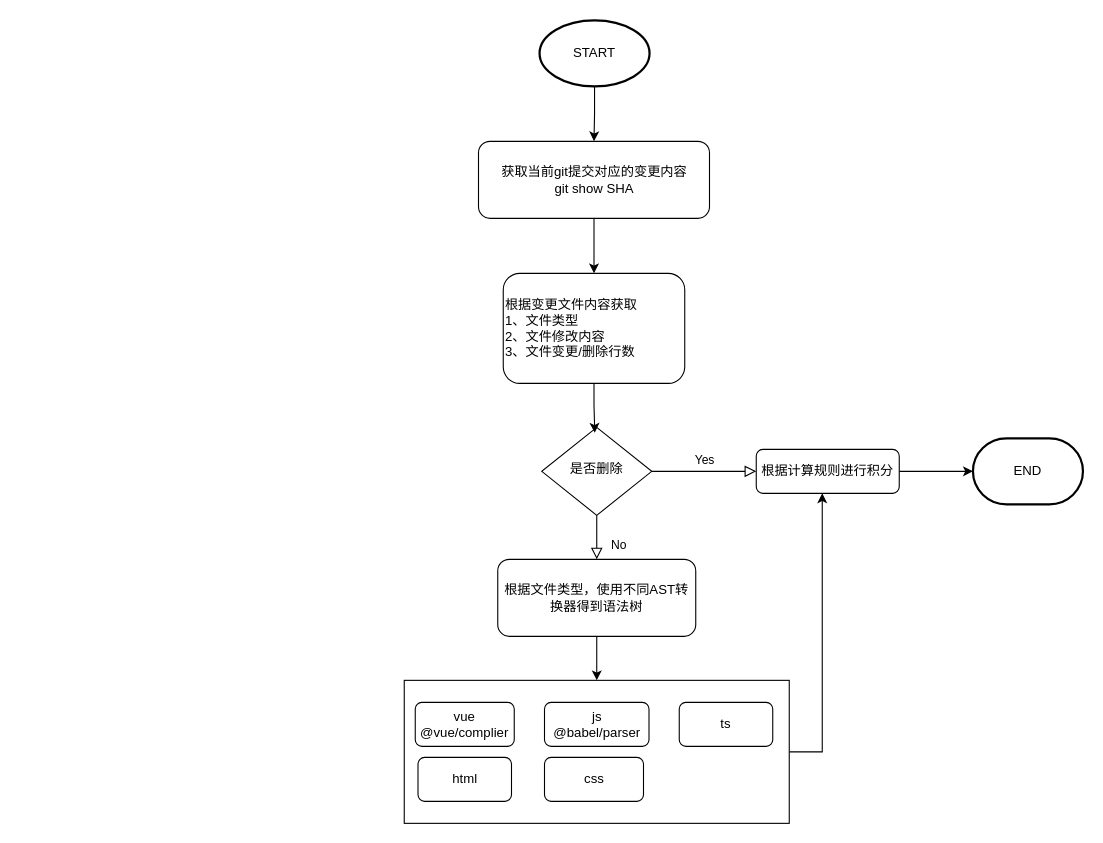
The draw.io diagram 前端代码当量流程图.drawio in Dinosly/fe-interview, before the edit. Source tidied: cells renumbered, new cells numbered last; positions are measured from the earlier drawing's top-left corner, leaving out a move shared by most shapes. Both pictures are drawn from the tidied source at 110%, with x=0, y=0 at pixel (404, 20).
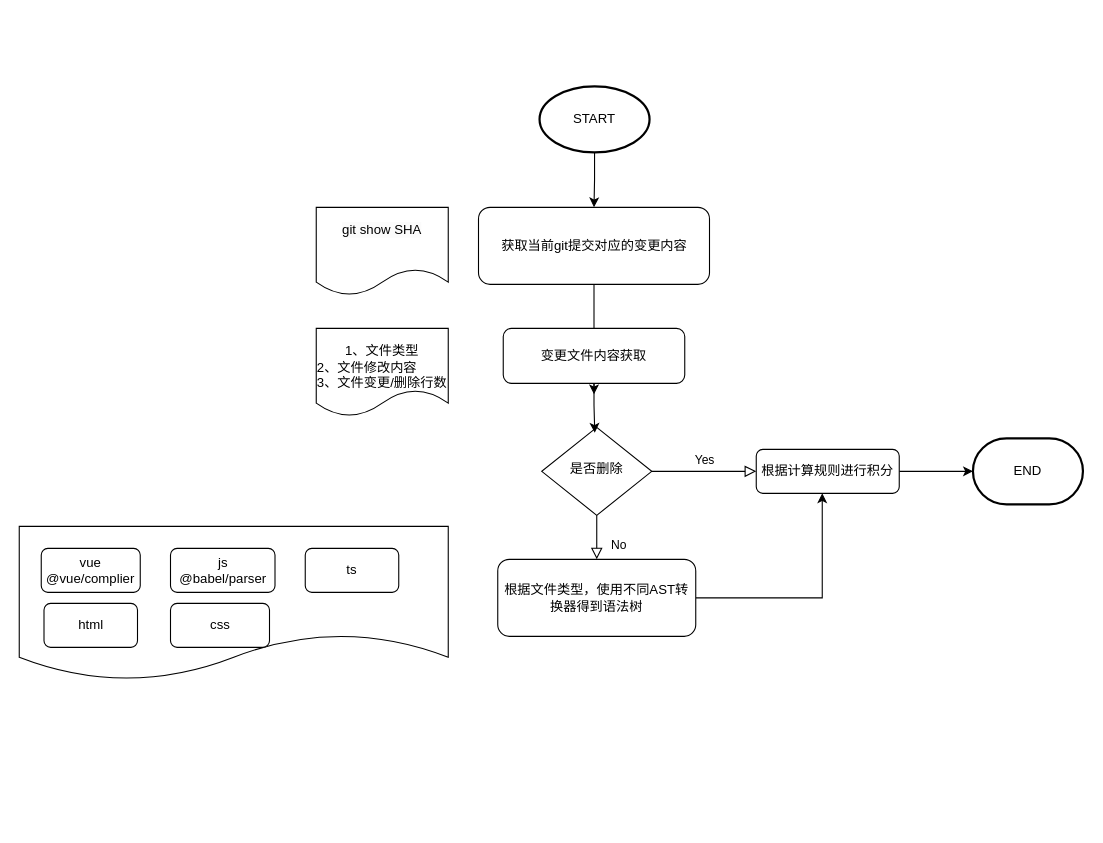
The same diagram, later.

Commit message (it also covers changes not shown here):
更新前端代码当量流程图.drawio

The change refers to these unchanged cells:
```xml
<mxCell id="10" value="根据文件类型，使用不同AST转换器得到语法树" style="rounded=1;whiteSpace=wrap;html=1;fontSize=12;glass=0;strokeWidth=1;shadow=0;" parent="1" vertex="1">
  <mxGeometry x="85" y="490" width="180" height="70" as="geometry" />
</mxCell>
<mxCell id="12" value="根据计算规则进行积分" style="rounded=1;whiteSpace=wrap;html=1;fontSize=12;glass=0;strokeWidth=1;shadow=0;flipH=0;" parent="1" vertex="1">
  <mxGeometry x="320" y="390" width="130" height="40" as="geometry" />
</mxCell>
```

Change to the diagram source:
```diff
@@
+    <mxCell id="23" style="shape=document;whiteSpace=wrap;html=1;boundedLbl=1;" parent="1" vertex="1">
+      <mxGeometry x="-350" y="460" width="390" height="140" as="geometry" />
+    </mxCell>
-    <mxCell id="2" style="edgeStyle=orthogonalEdgeStyle;rounded=0;jettySize=auto;html=1;" parent="1" edge="1" source="3" target="12">
+    <mxCell id="2" style="edgeStyle=orthogonalEdgeStyle;rounded=0;jettySize=auto;html=1;exitX=1;exitY=0.5;exitDx=0;exitDy=0;" parent="1" edge="1" source="10" target="12">
       <mxGeometry relative="1" as="geometry">
         <Array as="points">
-          <mxPoint x="380" y="665" />
+          <mxPoint x="380" y="525" />
         </Array>
       </mxGeometry>
     </mxCell>
-    <mxCell id="3" style="rounded=0;whiteSpace=wrap;html=1;" parent="1" vertex="1">
-      <mxGeometry y="600" width="350" height="130" as="geometry" />
-    </mxCell>
-    <mxCell id="4" style="edgeStyle=orthogonalEdgeStyle;rounded=0;jettySize=auto;html=1;entryX=0.5;entryY=0;entryDx=0;entryDy=0;" parent="1" edge="1" source="5" target="13">
-      <mxGeometry relative="1" as="geometry" />
+    <mxCell id="4" style="edgeStyle=orthogonalEdgeStyle;rounded=0;jettySize=auto;html=1;entryX=0.5;entryY=0;entryDx=0;entryDy=0;" parent="1" edge="1" source="5">
+      <mxGeometry relative="1" as="geometry">
+        <mxPoint x="172.5" y="340" as="targetPoint" />
+      </mxGeometry>
     </mxCell>
-    <mxCell id="5" value="获取当前git提交对应的变更内容&lt;div&gt;git show SHA&lt;/div&gt;" style="rounded=1;whiteSpace=wrap;html=1;fontSize=12;glass=0;strokeWidth=1;shadow=0;" parent="1" vertex="1">
-      <mxGeometry x="67.5" y="110" width="210" height="70" as="geometry" />
+    <mxCell id="5" value="获取当前git提交对应的变更内容" style="rounded=1;whiteSpace=wrap;html=1;fontSize=12;glass=0;strokeWidth=1;shadow=0;" parent="1" vertex="1">
+      <mxGeometry x="67.5" y="170" width="210" height="70" as="geometry" />
     </mxCell>
@@
-    <mxCell id="9" style="edgeStyle=orthogonalEdgeStyle;rounded=0;jettySize=auto;html=1;entryX=0.5;entryY=0;entryDx=0;entryDy=0;" parent="1" edge="1" source="10" target="3">
-      <mxGeometry relative="1" as="geometry" />
-    </mxCell>
@@
-    <mxCell id="13" value="根据变更文件内容获取&lt;div&gt;1、文件类型&lt;div&gt;2、文件修改内容&lt;/div&gt;&lt;div&gt;3、文件变更/删除行数&lt;/div&gt;&lt;/div&gt;" style="rounded=1;whiteSpace=wrap;html=1;align=left;flipV=0;flipH=1;" parent="1" vertex="1">
-      <mxGeometry x="90" y="230" width="165" height="100" as="geometry" />
+    <mxCell id="13" value="变更文件内容获取" style="rounded=1;whiteSpace=wrap;html=1;align=center;flipV=0;flipH=1;" parent="1" vertex="1">
+      <mxGeometry x="90" y="280" width="165" height="50" as="geometry" />
     </mxCell>
@@
     <mxCell id="15" value="js&lt;div&gt;@babel/parser&lt;/div&gt;" style="rounded=1;whiteSpace=wrap;html=1;" parent="1" vertex="1">
-      <mxGeometry x="127.5" y="620" width="95" height="40" as="geometry" />
+      <mxGeometry x="-212.5" y="480" width="95" height="40" as="geometry" />
     </mxCell>
     <mxCell id="16" value="vue&lt;div&gt;@vue/complier&lt;/div&gt;" style="rounded=1;whiteSpace=wrap;html=1;" parent="1" vertex="1">
-      <mxGeometry x="10" y="620" width="90" height="40" as="geometry" />
+      <mxGeometry x="-330" y="480" width="90" height="40" as="geometry" />
     </mxCell>
     <mxCell id="17" value="ts" style="rounded=1;whiteSpace=wrap;html=1;" parent="1" vertex="1">
-      <mxGeometry x="250" y="620" width="85" height="40" as="geometry" />
+      <mxGeometry x="-90" y="480" width="85" height="40" as="geometry" />
     </mxCell>
     <mxCell id="18" value="html" style="rounded=1;whiteSpace=wrap;html=1;" parent="1" vertex="1">
-      <mxGeometry x="12.5" y="670" width="85" height="40" as="geometry" />
+      <mxGeometry x="-327.5" y="530" width="85" height="40" as="geometry" />
     </mxCell>
     <mxCell id="19" value="css" style="rounded=1;whiteSpace=wrap;html=1;" parent="1" vertex="1">
-      <mxGeometry x="127.5" y="670" width="90" height="40" as="geometry" />
+      <mxGeometry x="-212.5" y="530" width="90" height="40" as="geometry" />
     </mxCell>
@@
     <mxCell id="21" value="START" style="strokeWidth=2;html=1;shape=mxgraph.flowchart.start_1;whiteSpace=wrap;" parent="1" vertex="1">
-      <mxGeometry x="123" width="100" height="60" as="geometry" />
+      <mxGeometry x="123" y="60" width="100" height="60" as="geometry" />
     </mxCell>
@@
+    <mxCell id="24" value="&#10;&lt;span style=&quot;color: rgb(0, 0, 0); font-family: Helvetica; font-size: 12px; font-style: normal; font-variant-ligatures: normal; font-variant-caps: normal; font-weight: 400; letter-spacing: normal; orphans: 2; text-align: center; text-indent: 0px; text-transform: none; widows: 2; word-spacing: 0px; -webkit-text-stroke-width: 0px; white-space: normal; background-color: rgb(251, 251, 251); text-decoration-thickness: initial; text-decoration-style: initial; text-decoration-color: initial; display: inline !important; float: none;&quot;&gt;git show SHA&lt;/span&gt;&#10;&#10;" style="shape=document;whiteSpace=wrap;html=1;boundedLbl=1;" parent="1" vertex="1">
+      <mxGeometry x="-80" y="170" width="120" height="80" as="geometry" />
+    </mxCell>
+    <mxCell id="25" value="&lt;br&gt;&lt;span style=&quot;text-align: left;&quot;&gt;1、文件类型&lt;/span&gt;&lt;div style=&quot;text-align: left;&quot;&gt;2、文件修改内容&lt;/div&gt;&lt;div style=&quot;text-align: left;&quot;&gt;3、文件变更/删除行数&lt;/div&gt;" style="shape=document;whiteSpace=wrap;html=1;boundedLbl=1;" parent="1" vertex="1">
+      <mxGeometry x="-80" y="280" width="120" height="80" as="geometry" />
+    </mxCell>
```
